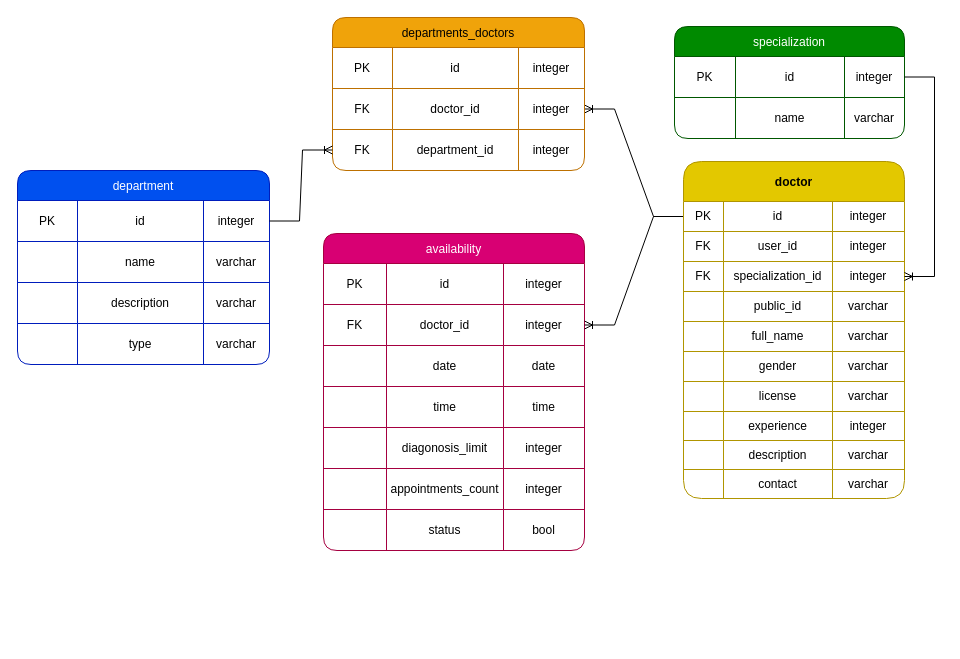
Before: page "Doctor_schema" (3 of 3) of docs/ER-diagram_HMS.drawio in Developer-PritamSaha/hospital-management-app, a draw.io diagram. Source tidied: cells renumbered, new cells numbered last; positions are measured from the earlier drawing's top-left corner, leaving out a move shared by most shapes. Both pictures are drawn from the tidied source at 100%, with x=0, y=0 at pixel (17, 17).
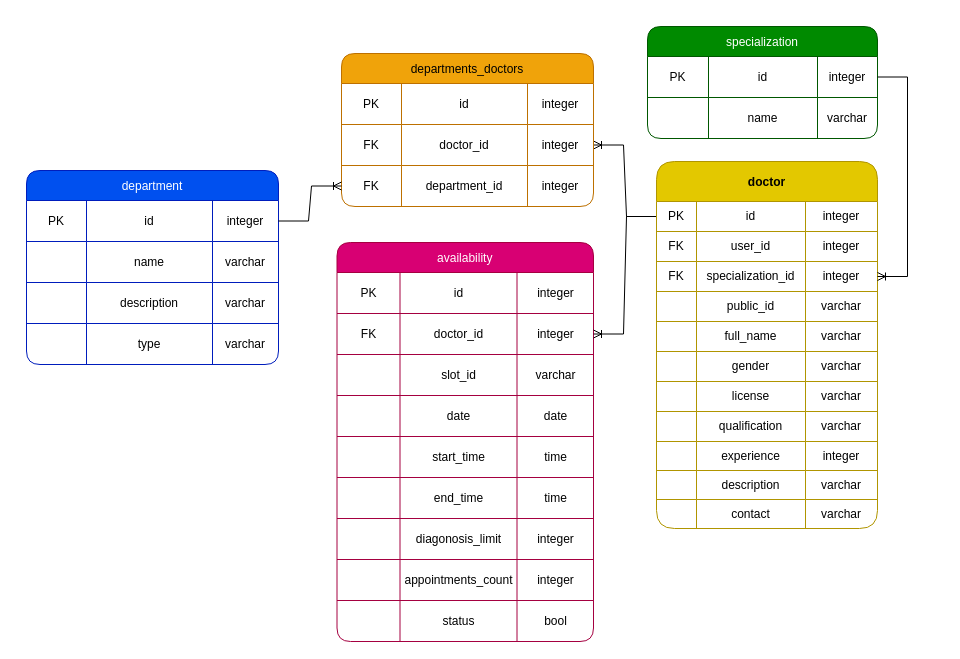
The same page after the edit.

The edit, as a diff of the source:
```diff
@@
     <mxCell id="2" value="availability" style="shape=table;startSize=30;childLayout=tableLayout;fillColor=#d80073;strokeColor=#A50040;fontColor=#ffffff;rounded=1;" parent="1" vertex="1">
-      <mxGeometry x="306" y="216" width="261" height="317" as="geometry" />
+      <mxGeometry x="319.5" y="225" width="256.5" height="399" as="geometry" />
     </mxCell>
     <mxCell id="3" style="shape=tableRow;horizontal=0;startSize=0;swimlaneHead=0;swimlaneBody=0;strokeColor=inherit;top=0;left=0;bottom=0;right=0;fillColor=none;rounded=1;" parent="2" vertex="1">
-      <mxGeometry y="30" width="261" height="41" as="geometry" />
+      <mxGeometry y="30" width="256.5" height="41" as="geometry" />
     </mxCell>
@@
     <mxCell id="6" value="integer" style="shape=partialRectangle;html=1;whiteSpace=wrap;strokeColor=inherit;overflow=hidden;fillColor=none;top=0;left=0;bottom=0;right=0;rounded=1;" parent="3" vertex="1">
-      <mxGeometry x="180" width="81" height="41" as="geometry" />
+      <mxGeometry x="180" width="77" height="41" as="geometry" />
     </mxCell>
     <mxCell id="7" style="shape=tableRow;horizontal=0;startSize=0;swimlaneHead=0;swimlaneBody=0;strokeColor=inherit;top=0;left=0;bottom=0;right=0;fillColor=none;points=[[0,0.5],[1,0.5]];portConstraint=eastwest;rounded=1;" parent="2" vertex="1">
-      <mxGeometry y="71" width="261" height="41" as="geometry" />
+      <mxGeometry y="71" width="256.5" height="41" as="geometry" />
     </mxCell>
@@
     <mxCell id="10" value="integer" style="shape=partialRectangle;html=1;whiteSpace=wrap;strokeColor=inherit;overflow=hidden;fillColor=none;top=0;left=0;bottom=0;right=0;rounded=1;" parent="7" vertex="1">
-      <mxGeometry x="180" width="81" height="41" as="geometry" />
+      <mxGeometry x="180" width="77" height="41" as="geometry" />
     </mxCell>
+    <mxCell id="115" style="shape=tableRow;horizontal=0;startSize=0;swimlaneHead=0;swimlaneBody=0;strokeColor=inherit;top=0;left=0;bottom=0;right=0;fillColor=none;rounded=1;" parent="2" vertex="1">
+      <mxGeometry y="112" width="256.5" height="41" as="geometry" />
+    </mxCell>
+    <mxCell id="116" style="shape=partialRectangle;html=1;whiteSpace=wrap;strokeColor=inherit;overflow=hidden;fillColor=none;top=0;left=0;bottom=0;right=0;rounded=1;" parent="115" vertex="1">
+      <mxGeometry width="63" height="41" as="geometry" />
+    </mxCell>
+    <mxCell id="117" value="slot_id" style="shape=partialRectangle;html=1;whiteSpace=wrap;strokeColor=inherit;overflow=hidden;fillColor=none;top=0;left=0;bottom=0;right=0;rounded=1;" parent="115" vertex="1">
+      <mxGeometry x="63" width="117" height="41" as="geometry" />
+    </mxCell>
+    <mxCell id="118" value="varchar" style="shape=partialRectangle;html=1;whiteSpace=wrap;strokeColor=inherit;overflow=hidden;fillColor=none;top=0;left=0;bottom=0;right=0;rounded=1;" parent="115" vertex="1">
+      <mxGeometry x="180" width="77" height="41" as="geometry" />
+    </mxCell>
     <mxCell id="11" style="shape=tableRow;horizontal=0;startSize=0;swimlaneHead=0;swimlaneBody=0;strokeColor=inherit;top=0;left=0;bottom=0;right=0;fillColor=none;rounded=1;" parent="2" vertex="1">
-      <mxGeometry y="112" width="261" height="41" as="geometry" />
+      <mxGeometry y="153" width="256.5" height="41" as="geometry" />
     </mxCell>
@@
     <mxCell id="14" value="date" style="shape=partialRectangle;html=1;whiteSpace=wrap;strokeColor=inherit;overflow=hidden;fillColor=none;top=0;left=0;bottom=0;right=0;rounded=1;" parent="11" vertex="1">
-      <mxGeometry x="180" width="81" height="41" as="geometry" />
+      <mxGeometry x="180" width="77" height="41" as="geometry" />
     </mxCell>
+    <mxCell id="119" style="shape=tableRow;horizontal=0;startSize=0;swimlaneHead=0;swimlaneBody=0;strokeColor=inherit;top=0;left=0;bottom=0;right=0;fillColor=none;rounded=1;" parent="2" vertex="1">
+      <mxGeometry y="194" width="256.5" height="41" as="geometry" />
+    </mxCell>
+    <mxCell id="120" style="shape=partialRectangle;html=1;whiteSpace=wrap;strokeColor=inherit;overflow=hidden;fillColor=none;top=0;left=0;bottom=0;right=0;rounded=1;" parent="119" vertex="1">
+      <mxGeometry width="63" height="41" as="geometry" />
+    </mxCell>
+    <mxCell id="121" value="start_time" style="shape=partialRectangle;html=1;whiteSpace=wrap;strokeColor=inherit;overflow=hidden;fillColor=none;top=0;left=0;bottom=0;right=0;rounded=1;" parent="119" vertex="1">
+      <mxGeometry x="63" width="117" height="41" as="geometry" />
+    </mxCell>
+    <mxCell id="122" value="time" style="shape=partialRectangle;html=1;whiteSpace=wrap;strokeColor=inherit;overflow=hidden;fillColor=none;top=0;left=0;bottom=0;right=0;rounded=1;" parent="119" vertex="1">
+      <mxGeometry x="180" width="77" height="41" as="geometry" />
+    </mxCell>
     <mxCell id="15" style="shape=tableRow;horizontal=0;startSize=0;swimlaneHead=0;swimlaneBody=0;strokeColor=inherit;top=0;left=0;bottom=0;right=0;fillColor=none;rounded=1;" parent="2" vertex="1">
-      <mxGeometry y="153" width="261" height="41" as="geometry" />
+      <mxGeometry y="235" width="256.5" height="41" as="geometry" />
     </mxCell>
@@
-    <mxCell id="17" value="time" style="shape=partialRectangle;html=1;whiteSpace=wrap;strokeColor=inherit;overflow=hidden;fillColor=none;top=0;left=0;bottom=0;right=0;rounded=1;" parent="15" vertex="1">
+    <mxCell id="17" value="end_time" style="shape=partialRectangle;html=1;whiteSpace=wrap;strokeColor=inherit;overflow=hidden;fillColor=none;top=0;left=0;bottom=0;right=0;rounded=1;" parent="15" vertex="1">
       <mxGeometry x="63" width="117" height="41" as="geometry" />
     </mxCell>
     <mxCell id="18" value="time" style="shape=partialRectangle;html=1;whiteSpace=wrap;strokeColor=inherit;overflow=hidden;fillColor=none;top=0;left=0;bottom=0;right=0;rounded=1;" parent="15" vertex="1">
-      <mxGeometry x="180" width="81" height="41" as="geometry" />
+      <mxGeometry x="180" width="77" height="41" as="geometry" />
     </mxCell>
     <mxCell id="19" style="shape=tableRow;horizontal=0;startSize=0;swimlaneHead=0;swimlaneBody=0;strokeColor=inherit;top=0;left=0;bottom=0;right=0;fillColor=none;rounded=1;" parent="2" vertex="1">
-      <mxGeometry y="194" width="261" height="41" as="geometry" />
+      <mxGeometry y="276" width="256.5" height="41" as="geometry" />
     </mxCell>
@@
     <mxCell id="22" value="integer" style="shape=partialRectangle;html=1;whiteSpace=wrap;strokeColor=inherit;overflow=hidden;fillColor=none;top=0;left=0;bottom=0;right=0;rounded=1;" parent="19" vertex="1">
-      <mxGeometry x="180" width="81" height="41" as="geometry" />
+      <mxGeometry x="180" width="77" height="41" as="geometry" />
     </mxCell>
     <mxCell id="23" style="shape=tableRow;horizontal=0;startSize=0;swimlaneHead=0;swimlaneBody=0;strokeColor=inherit;top=0;left=0;bottom=0;right=0;fillColor=none;rounded=1;" parent="2" vertex="1">
-      <mxGeometry y="235" width="261" height="41" as="geometry" />
+      <mxGeometry y="317" width="256.5" height="41" as="geometry" />
     </mxCell>
@@
     <mxCell id="26" value="integer" style="shape=partialRectangle;html=1;whiteSpace=wrap;strokeColor=inherit;overflow=hidden;fillColor=none;top=0;left=0;bottom=0;right=0;rounded=1;" parent="23" vertex="1">
-      <mxGeometry x="180" width="81" height="41" as="geometry" />
+      <mxGeometry x="180" width="77" height="41" as="geometry" />
     </mxCell>
     <mxCell id="27" style="shape=tableRow;horizontal=0;startSize=0;swimlaneHead=0;swimlaneBody=0;strokeColor=inherit;top=0;left=0;bottom=0;right=0;fillColor=none;rounded=1;" parent="2" vertex="1">
-      <mxGeometry y="276" width="261" height="41" as="geometry" />
+      <mxGeometry y="358" width="256.5" height="41" as="geometry" />
     </mxCell>
@@
     <mxCell id="30" value="bool" style="shape=partialRectangle;html=1;whiteSpace=wrap;strokeColor=inherit;overflow=hidden;fillColor=none;top=0;left=0;bottom=0;right=0;rounded=1;" parent="27" vertex="1">
-      <mxGeometry x="180" width="81" height="41" as="geometry" />
+      <mxGeometry x="180" width="77" height="41" as="geometry" />
     </mxCell>
     <mxCell id="31" value="department" style="shape=table;startSize=30;childLayout=tableLayout;fillColor=#0050ef;strokeColor=#001DBC;rounded=1;fontColor=#ffffff;" parent="1" vertex="1">
-      <mxGeometry y="153" width="252" height="194" as="geometry" />
+      <mxGeometry x="9" y="153" width="252" height="194" as="geometry" />
     </mxCell>
@@
     <mxCell id="50" value="departments_doctors" style="shape=table;startSize=30;childLayout=tableLayout;fillColor=#f0a30a;strokeColor=#BD7000;rounded=1;fontColor=#000000;" parent="1" vertex="1">
-      <mxGeometry x="315" width="252" height="153" as="geometry" />
+      <mxGeometry x="324" y="36" width="252" height="153" as="geometry" />
     </mxCell>
@@
     <mxCell id="64" value="doctor" style="shape=table;startSize=40;childLayout=tableLayout;fontStyle=1;align=center;fillColor=#e3c800;strokeColor=#B09500;fontColor=#000000;rounded=1;" parent="1" vertex="1">
-      <mxGeometry x="666" y="144" width="221" height="337" as="geometry" />
+      <mxGeometry x="639" y="144" width="221" height="367" as="geometry" />
     </mxCell>
@@
+    <mxCell id="123" style="shape=tableRow;horizontal=0;startSize=0;swimlaneHead=0;swimlaneBody=0;top=0;left=0;bottom=0;right=0;fillColor=none;rounded=1;" parent="64" vertex="1">
+      <mxGeometry y="250" width="221" height="30" as="geometry" />
+    </mxCell>
+    <mxCell id="124" style="shape=partialRectangle;html=1;whiteSpace=wrap;fillColor=none;top=0;left=0;bottom=0;right=0;overflow=hidden;rounded=1;" parent="123" vertex="1">
+      <mxGeometry width="40" height="30" as="geometry" />
+    </mxCell>
+    <mxCell id="125" value="qualification" style="shape=partialRectangle;html=1;whiteSpace=wrap;fillColor=none;top=0;left=0;bottom=0;right=0;overflow=hidden;rounded=1;" parent="123" vertex="1">
+      <mxGeometry x="40" width="109" height="30" as="geometry" />
+    </mxCell>
+    <mxCell id="126" value="varchar" style="shape=partialRectangle;html=1;whiteSpace=wrap;fillColor=none;top=0;left=0;bottom=0;right=0;overflow=hidden;rounded=1;" parent="123" vertex="1">
+      <mxGeometry x="149" width="72" height="30" as="geometry" />
+    </mxCell>
     <mxCell id="93" style="shape=tableRow;horizontal=0;startSize=0;swimlaneHead=0;swimlaneBody=0;top=0;left=0;bottom=0;right=0;fillColor=none;rounded=1;" parent="64" vertex="1">
-      <mxGeometry y="250" width="221" height="29" as="geometry" />
+      <mxGeometry y="280" width="221" height="29" as="geometry" />
     </mxCell>
@@
     <mxCell id="97" style="shape=tableRow;horizontal=0;startSize=0;swimlaneHead=0;swimlaneBody=0;top=0;left=0;bottom=0;right=0;fillColor=none;rounded=1;" parent="64" vertex="1">
-      <mxGeometry y="279" width="221" height="29" as="geometry" />
+      <mxGeometry y="309" width="221" height="29" as="geometry" />
     </mxCell>
@@
     <mxCell id="101" style="shape=tableRow;horizontal=0;startSize=0;swimlaneHead=0;swimlaneBody=0;top=0;left=0;bottom=0;right=0;fillColor=none;rounded=1;" parent="64" vertex="1">
-      <mxGeometry y="308" width="221" height="29" as="geometry" />
+      <mxGeometry y="338" width="221" height="29" as="geometry" />
     </mxCell>
@@
     <mxCell id="105" value="specialization" style="shape=table;startSize=30;childLayout=tableLayout;fillColor=#008a00;strokeColor=#005700;rounded=1;fontColor=#ffffff;" parent="1" vertex="1">
-      <mxGeometry x="657" y="9" width="230" height="112" as="geometry" />
+      <mxGeometry x="630" y="9" width="230" height="112" as="geometry" />
     </mxCell>
```
